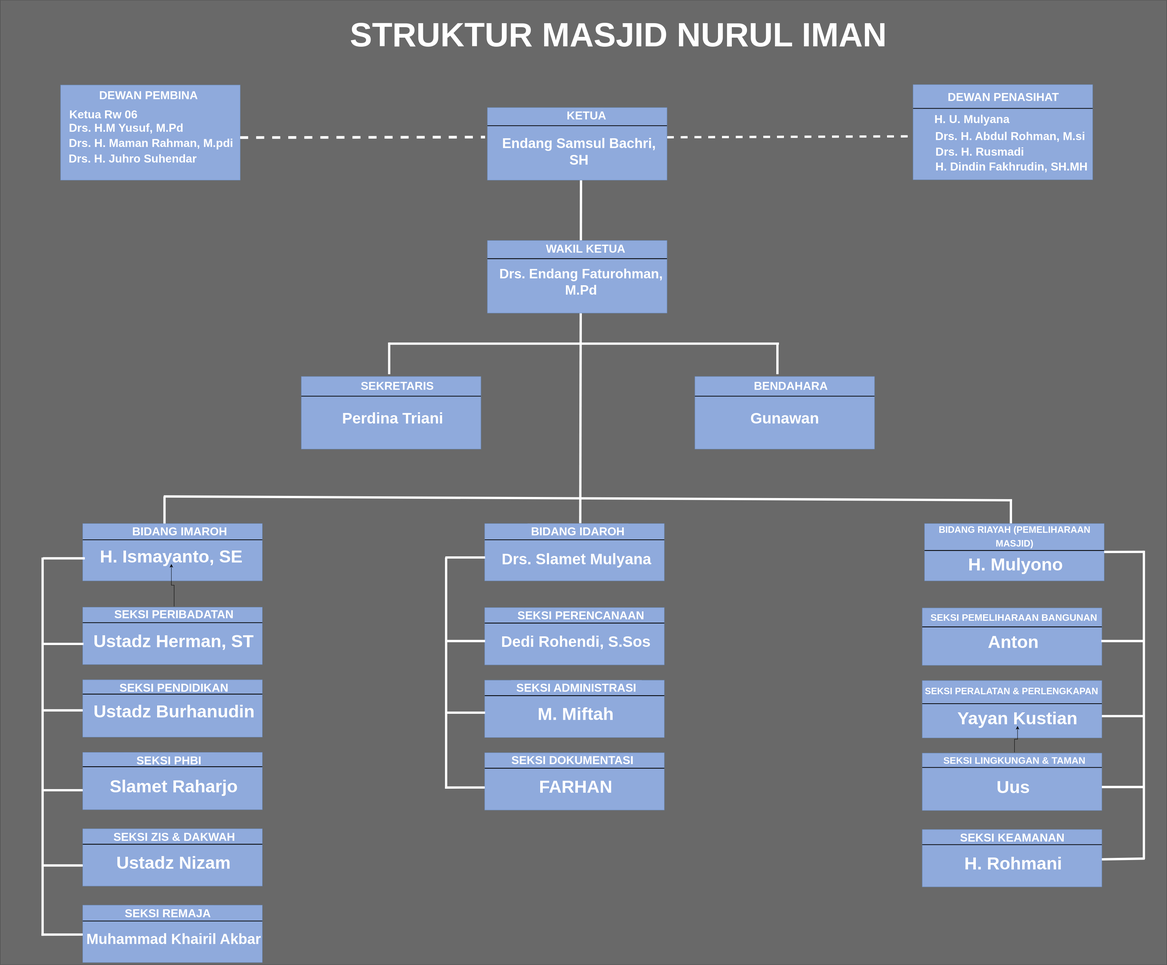
fhnasgf28/yayasanNurul-iman keeps this draw.io diagram as public/images/yayasan/struktur.svg. Above is the earlier version. Source tidied: cells renumbered, new cells last; positions are measured from the earlier drawing's top-left corner, leaving out a move shared by most shapes.
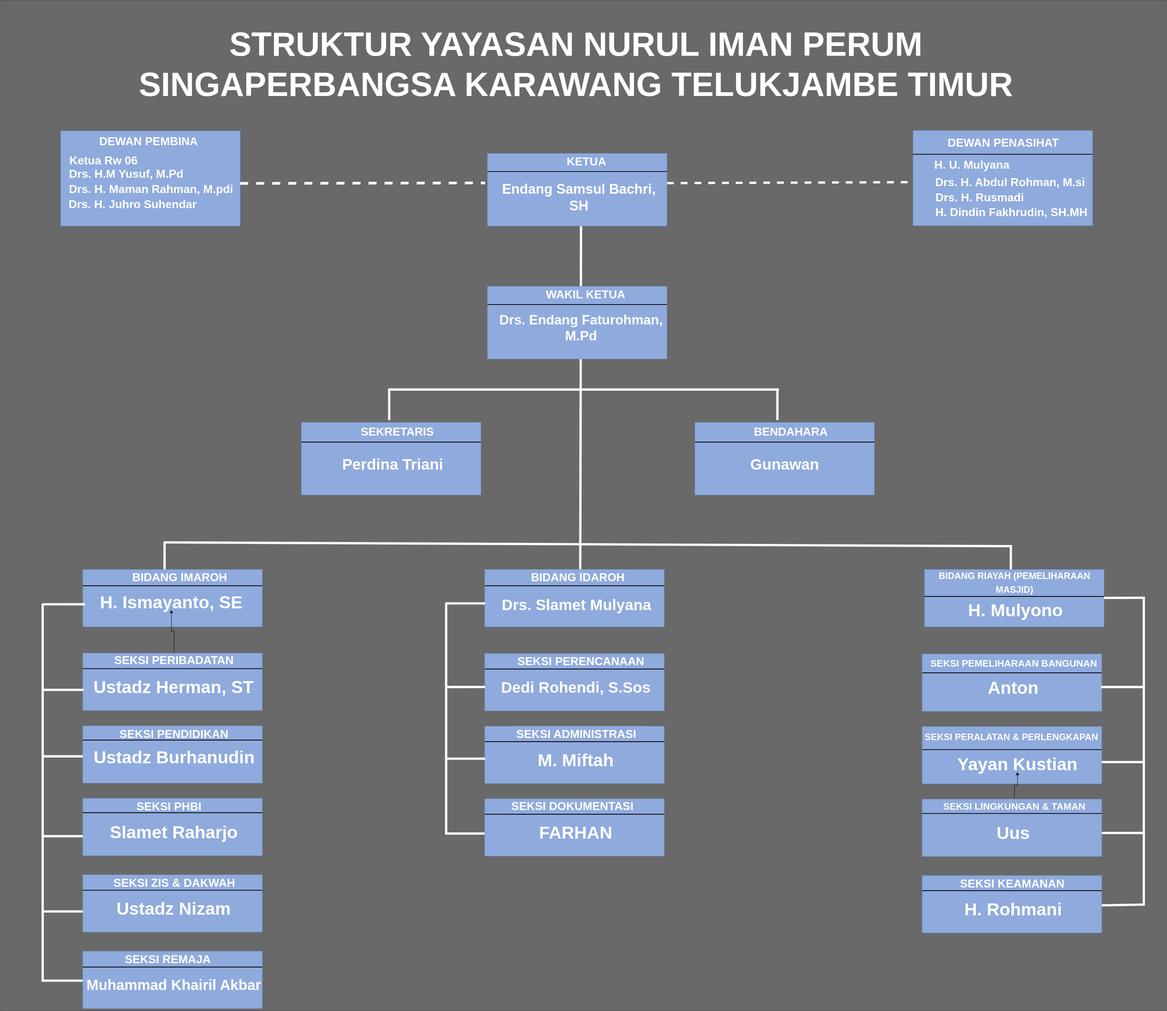
Above is the later version.

Diff of the diagram source:
```diff
@@ -3,7 +3,7 @@
     <mxCell id="0" />
     <mxCell id="1" parent="0" />
     <mxCell id="2" style="rounded=0;whiteSpace=wrap;html=1;fillColor=#050505;opacity=60;" parent="1" vertex="1">
-      <mxGeometry width="3053" height="2525" as="geometry" />
+      <mxGeometry y="-120" width="3053" height="2645" as="geometry" />
     </mxCell>
     <mxCell id="3" style="endArrow=none;html=1;rounded=0;fontSize=30;startSize=8;endSize=8;curved=1;strokeWidth=6;strokeColor=#FFFFFF;" parent="1" edge="1">
       <mxGeometry relative="1" as="geometry">
@@ -480,8 +480,8 @@
         <mxPoint x="1268" y="2061" as="targetPoint" />
       </mxGeometry>
     </mxCell>
-    <mxCell id="121" value="&lt;font size=&quot;1&quot;&gt;&lt;b style=&quot;font-size: 87px;&quot;&gt;STRUKTUR MASJID NURUL IMAN&lt;/b&gt;&lt;/font&gt;" style="rounded=0;whiteSpace=wrap;html=1;strokeColor=none;fillColor=none;fontSize=30;fontColor=#FFFFFF;" parent="1" vertex="1">
-      <mxGeometry x="826" y="55" width="1584" height="72" as="geometry" />
+    <mxCell id="121" value="&lt;font size=&quot;1&quot;&gt;&lt;b style=&quot;font-size: 87px;&quot;&gt;STRUKTUR YAYASAN NURUL IMAN PERUM SINGAPERBANGSA KARAWANG TELUKJAMBE TIMUR&lt;/b&gt;&lt;/font&gt;" style="rounded=0;whiteSpace=wrap;html=1;strokeColor=none;fillColor=none;fontSize=30;fontColor=#FFFFFF;" parent="1" vertex="1">
+      <mxGeometry x="339.5" y="12" width="2334" height="72" as="geometry" />
     </mxCell>
   </root>
 </mxGraphModel>
```
